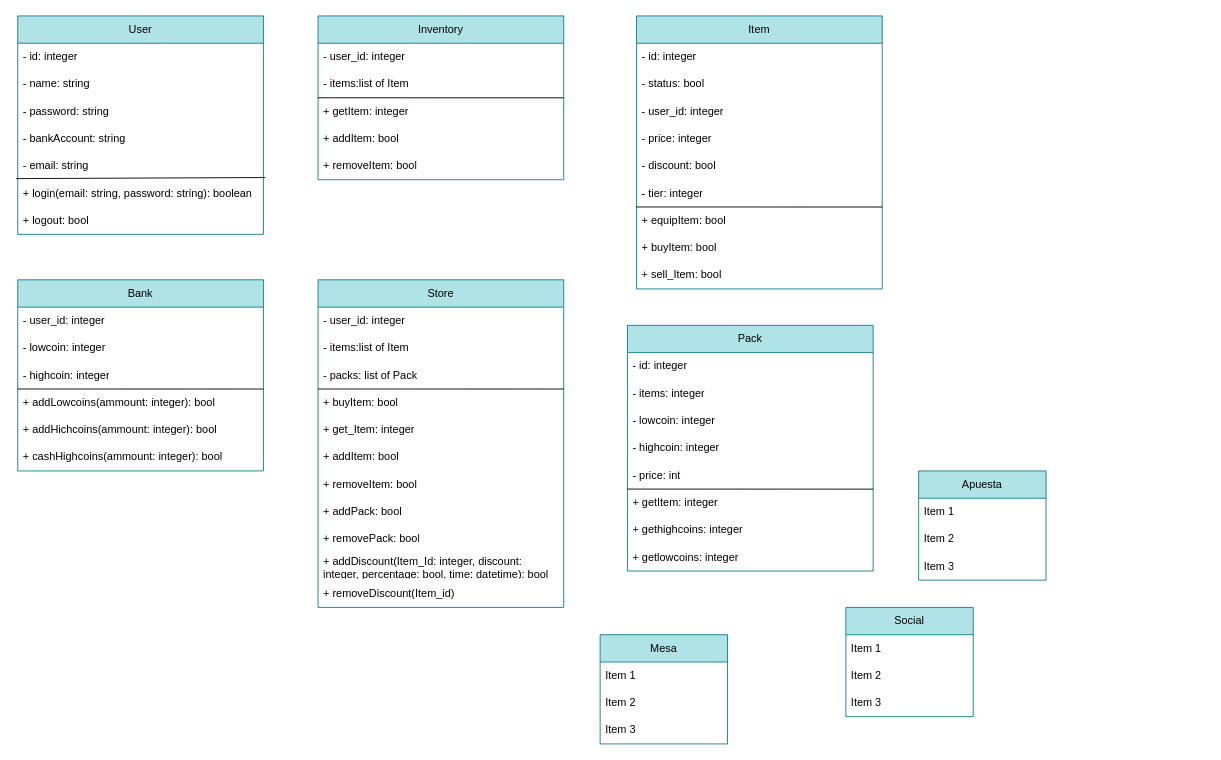
This is doc/Tablestars_Clases_0.3.drawio from samugd17/proyecto-ets, a draw.io file, before an edit. Source tidied: cells renumbered, new cells numbered last; positions are measured from the earlier drawing's top-left corner, leaving out a move shared by most shapes. Both pictures are drawn from the tidied source at 91%, with x=0, y=0 at pixel (17, 15).
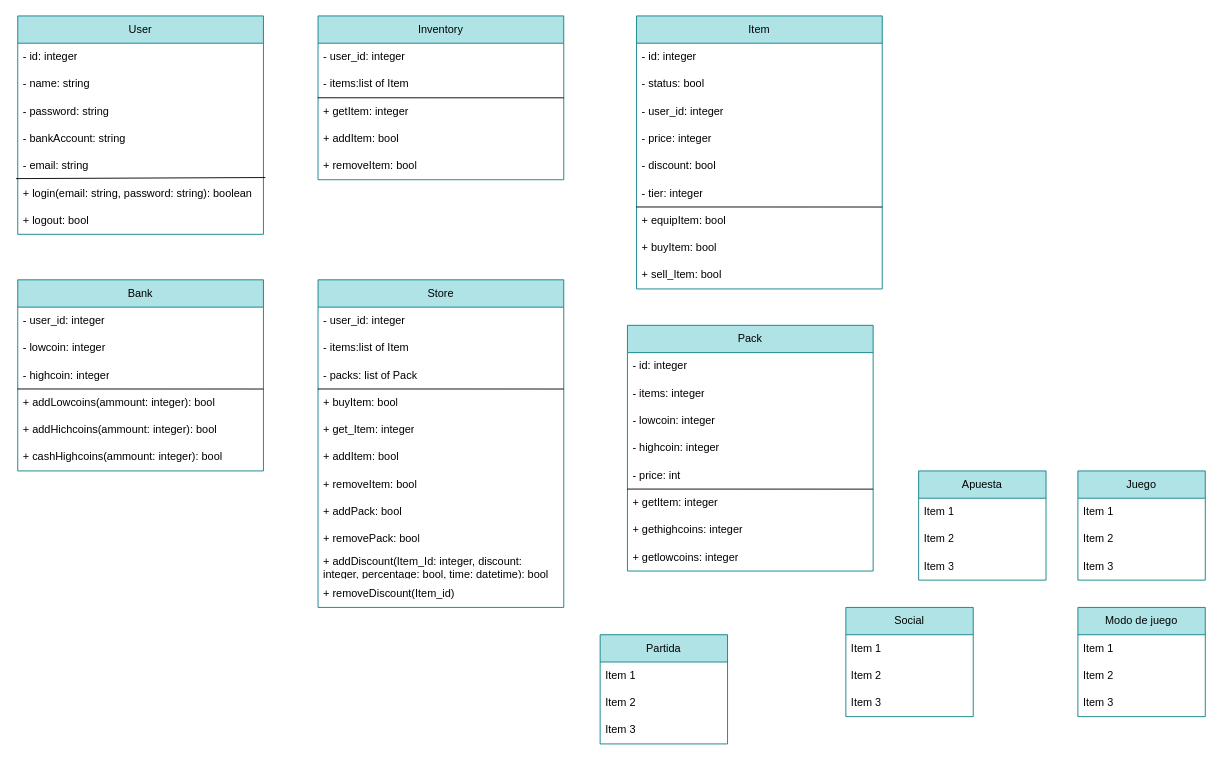
Above is the later version.

Change to the diagram source:
```diff
@@
-    <mxCell id="18" value="Mesa" style="swimlane;fontStyle=0;horizontal=1;startSize=30;whiteSpace=wrap;html=1;fillColor=#b0e3e6;strokeColor=#0e8088;" parent="1" vertex="1">
+    <mxCell id="18" value="Partida" style="swimlane;fontStyle=0;horizontal=1;startSize=30;whiteSpace=wrap;html=1;fillColor=#b0e3e6;strokeColor=#0e8088;" parent="1" vertex="1">
       <mxGeometry x="640" y="680" width="140" height="120" as="geometry" />
     </mxCell>
@@
+    <mxCell id="72" value="Juego" style="swimlane;fontStyle=0;horizontal=1;startSize=30;whiteSpace=wrap;html=1;fillColor=#b0e3e6;strokeColor=#0e8088;" parent="1" vertex="1">
+      <mxGeometry x="1165" y="500" width="140" height="120" as="geometry" />
+    </mxCell>
+    <mxCell id="73" value="Item 1" style="text;strokeColor=none;fillColor=none;align=left;verticalAlign=middle;spacingLeft=4;spacingRight=4;overflow=hidden;whiteSpace=wrap;html=1;" parent="72" vertex="1">
+      <mxGeometry y="30" width="140" height="30" as="geometry" />
+    </mxCell>
+    <mxCell id="74" value="Item 2" style="text;strokeColor=none;fillColor=none;align=left;verticalAlign=middle;spacingLeft=4;spacingRight=4;overflow=hidden;whiteSpace=wrap;html=1;" parent="72" vertex="1">
+      <mxGeometry y="60" width="140" height="30" as="geometry" />
+    </mxCell>
+    <mxCell id="75" value="Item 3" style="text;strokeColor=none;fillColor=none;align=left;verticalAlign=middle;spacingLeft=4;spacingRight=4;overflow=hidden;whiteSpace=wrap;html=1;" parent="72" vertex="1">
+      <mxGeometry y="90" width="140" height="30" as="geometry" />
+    </mxCell>
+    <mxCell id="76" value="Modo de juego" style="swimlane;fontStyle=0;horizontal=1;startSize=30;whiteSpace=wrap;html=1;fillColor=#b0e3e6;strokeColor=#0e8088;" parent="1" vertex="1">
+      <mxGeometry x="1165" y="650" width="140" height="120" as="geometry" />
+    </mxCell>
+    <mxCell id="77" value="Item 1" style="text;strokeColor=none;fillColor=none;align=left;verticalAlign=middle;spacingLeft=4;spacingRight=4;overflow=hidden;whiteSpace=wrap;html=1;" parent="76" vertex="1">
+      <mxGeometry y="30" width="140" height="30" as="geometry" />
+    </mxCell>
+    <mxCell id="78" value="Item 2" style="text;strokeColor=none;fillColor=none;align=left;verticalAlign=middle;spacingLeft=4;spacingRight=4;overflow=hidden;whiteSpace=wrap;html=1;" parent="76" vertex="1">
+      <mxGeometry y="60" width="140" height="30" as="geometry" />
+    </mxCell>
+    <mxCell id="79" value="Item 3" style="text;strokeColor=none;fillColor=none;align=left;verticalAlign=middle;spacingLeft=4;spacingRight=4;overflow=hidden;whiteSpace=wrap;html=1;" parent="76" vertex="1">
+      <mxGeometry y="90" width="140" height="30" as="geometry" />
+    </mxCell>
```
